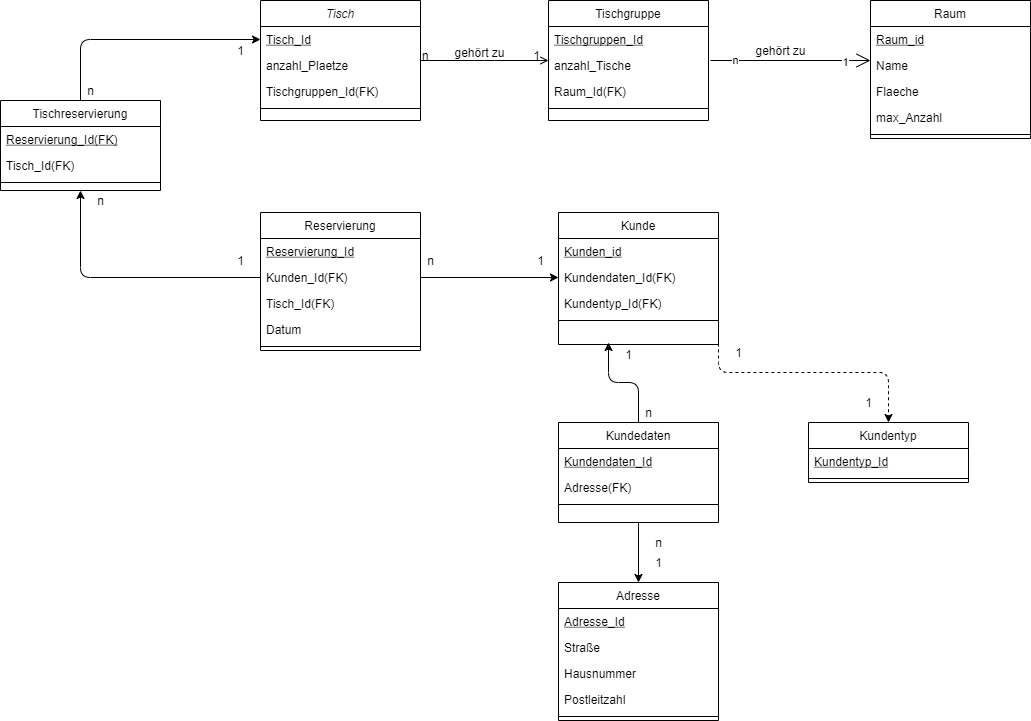
This is docs/ERM-Diagramm.png from marccremer/DB2, a draw.io export, as it was before one commit. Source tidied: cells renumbered, new cells last; positions are measured from the earlier drawing's top-left corner, leaving out a move shared by most shapes.
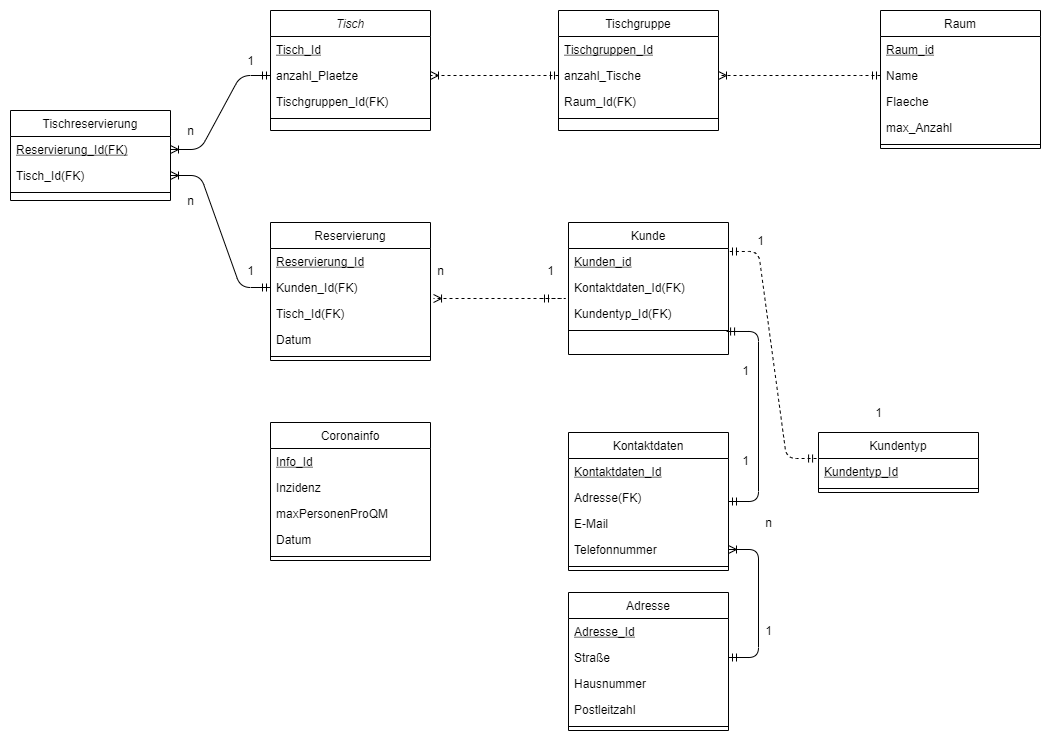
The same diagram one commit later.

Commit message:
new erm diagramm

Change to the diagram source:
```diff
@@ -2,24 +2,6 @@
   <root>
     <mxCell id="0" />
     <mxCell id="1" parent="0" />
-    <mxCell id="2" style="endArrow=open;shadow=0;strokeWidth=1;rounded=1;endFill=1;edgeStyle=elbowEdgeStyle;elbow=vertical;" parent="1" edge="1" source="6" target="16">
-      <mxGeometry relative="1" as="geometry" />
-    </mxCell>
-    <mxCell id="3" value="n" style="align=left;verticalAlign=bottom;labelBackgroundColor=none;fontSize=12;" parent="2" vertex="1">
-      <mxGeometry x="-1" relative="1" as="geometry">
-        <mxPoint y="4" as="offset" />
-      </mxGeometry>
-    </mxCell>
-    <mxCell id="4" value="1" style="align=right;verticalAlign=bottom;labelBackgroundColor=none;fontSize=12;" parent="2" vertex="1">
-      <mxGeometry x="1" relative="1" as="geometry">
-        <mxPoint x="-7" y="4" as="offset" />
-      </mxGeometry>
-    </mxCell>
-    <mxCell id="5" value="gehört zu" style="text;html=1;align=center;verticalAlign=middle;labelBackgroundColor=none;rounded=0;shadow=0;strokeWidth=1;fontSize=12;" parent="2" vertex="1">
-      <mxGeometry x="0.5" y="49" relative="1" as="geometry">
-        <mxPoint x="-38" y="40" as="offset" />
-      </mxGeometry>
-    </mxCell>
     <mxCell id="6" value="Tisch" style="swimlane;fontStyle=2;align=center;verticalAlign=top;horizontal=1;startSize=26;rounded=0;shadow=0;strokeWidth=1;" parent="1" vertex="1">
       <mxGeometry x="260" width="160" height="120" as="geometry" />
     </mxCell>
@@ -41,7 +23,7 @@
     <mxCell id="12" value="Kunden_id" style="text;align=left;verticalAlign=top;spacingLeft=4;spacingRight=4;overflow=hidden;points=[[0,0.5],[1,0.5]];portConstraint=eastwest;fontStyle=4;" parent="11" vertex="1">
       <mxGeometry y="26" width="160" height="26" as="geometry" />
     </mxCell>
-    <mxCell id="13" value="Kundendaten_Id(FK)" style="text;align=left;verticalAlign=top;spacingLeft=4;spacingRight=4;overflow=hidden;points=[[0,0.5],[1,0.5]];portConstraint=eastwest;rounded=0;shadow=0;html=0;" parent="11" vertex="1">
+    <mxCell id="13" value="Kontaktdaten_Id(FK)" style="text;align=left;verticalAlign=top;spacingLeft=4;spacingRight=4;overflow=hidden;points=[[0,0.5],[1,0.5]];portConstraint=eastwest;rounded=0;shadow=0;html=0;" parent="11" vertex="1">
       <mxGeometry y="52" width="160" height="26" as="geometry" />
     </mxCell>
     <mxCell id="14" value="Kundentyp_Id(FK)" style="text;align=left;verticalAlign=top;spacingLeft=4;spacingRight=4;overflow=hidden;points=[[0,0.5],[1,0.5]];portConstraint=eastwest;rounded=0;shadow=0;html=0;" parent="11" vertex="1">
@@ -83,40 +65,23 @@
     <mxCell id="26" style="line;html=1;strokeWidth=1;align=left;verticalAlign=middle;spacingTop=-1;spacingLeft=3;spacingRight=3;labelPosition=right;" parent="21" vertex="1">
       <mxGeometry y="130" width="160" height="8" as="geometry" />
     </mxCell>
-    <mxCell id="27" style="endArrow=open;endFill=1;endSize=12;html=1;" parent="1" edge="1">
-      <mxGeometry relative="1" as="geometry">
-        <mxPoint x="710" y="60" as="sourcePoint" />
-        <mxPoint x="870" y="60" as="targetPoint" />
-      </mxGeometry>
-    </mxCell>
-    <mxCell id="28" value="n" style="edgeLabel;html=1;align=center;verticalAlign=middle;" parent="27" vertex="1">
-      <mxGeometry x="-0.7" y="1" relative="1" as="geometry" />
-    </mxCell>
-    <mxCell id="29" value="1" style="edgeLabel;html=1;align=center;verticalAlign=middle;" parent="27" vertex="1">
-      <mxGeometry x="0.68" y="-1" relative="1" as="geometry" />
-    </mxCell>
-    <mxCell id="30" value="gehört zu" style="text;html=1;align=center;verticalAlign=middle;strokeColor=none;" parent="1" vertex="1">
-      <mxGeometry x="745" y="40" width="70" height="20" as="geometry" />
-    </mxCell>
-    <mxCell id="31" style="edgeStyle=orthogonalEdgeStyle;rounded=1;jettySize=auto;html=1;exitX=0.5;exitY=0;exitDx=0;exitDy=0;" parent="1" edge="1" source="33">
-      <mxGeometry relative="1" as="geometry">
-        <mxPoint x="608" y="342" as="targetPoint" />
-      </mxGeometry>
-    </mxCell>
-    <mxCell id="32" style="edgeStyle=orthogonalEdgeStyle;rounded=1;jettySize=auto;html=1;exitX=0.5;exitY=1;exitDx=0;exitDy=0;entryX=0.5;entryY=0;entryDx=0;entryDy=0;" parent="1" edge="1" source="33" target="37">
-      <mxGeometry relative="1" as="geometry" />
-    </mxCell>
-    <mxCell id="33" value="Kundedaten" style="swimlane;fontStyle=0;align=center;verticalAlign=top;horizontal=1;startSize=26;rounded=0;shadow=0;strokeWidth=1;" parent="1" vertex="1">
-      <mxGeometry x="558" y="422" width="160" height="100" as="geometry" />
+    <mxCell id="33" value="Kontaktdaten" style="swimlane;fontStyle=0;align=center;verticalAlign=top;horizontal=1;startSize=26;rounded=0;shadow=0;strokeWidth=1;" parent="1" vertex="1">
+      <mxGeometry x="558" y="422" width="160" height="138" as="geometry" />
     </mxCell>
-    <mxCell id="34" value="Kundendaten_Id" style="text;align=left;verticalAlign=top;spacingLeft=4;spacingRight=4;overflow=hidden;fontStyle=4;" parent="33" vertex="1">
+    <mxCell id="34" value="Kontaktdaten_Id" style="text;align=left;verticalAlign=top;spacingLeft=4;spacingRight=4;overflow=hidden;fontStyle=4;" parent="33" vertex="1">
       <mxGeometry y="26" width="160" height="26" as="geometry" />
     </mxCell>
+    <mxCell id="72" value="Adresse(FK)" style="text;align=left;verticalAlign=top;spacingLeft=4;spacingRight=4;overflow=hidden;rounded=0;shadow=0;html=0;" parent="33" vertex="1">
+      <mxGeometry y="52" width="160" height="26" as="geometry" />
+    </mxCell>
+    <mxCell id="73" value="E-Mail" style="text;align=left;verticalAlign=top;spacingLeft=4;spacingRight=4;overflow=hidden;rounded=0;shadow=0;html=0;" parent="33" vertex="1">
+      <mxGeometry y="78" width="160" height="26" as="geometry" />
+    </mxCell>
-    <mxCell id="35" value="Adresse(FK)" style="text;align=left;verticalAlign=top;spacingLeft=4;spacingRight=4;overflow=hidden;points=[[0,0.5],[1,0.5]];portConstraint=eastwest;rounded=0;shadow=0;html=0;" parent="33" vertex="1">
-      <mxGeometry y="52" width="160" height="26" as="geometry" />
+    <mxCell id="35" value="Telefonnummer" style="text;align=left;verticalAlign=top;spacingLeft=4;spacingRight=4;overflow=hidden;points=[[0,0.5],[1,0.5]];portConstraint=eastwest;rounded=0;shadow=0;html=0;" parent="33" vertex="1">
+      <mxGeometry y="104" width="160" height="26" as="geometry" />
     </mxCell>
     <mxCell id="36" style="line;html=1;strokeWidth=1;align=left;verticalAlign=middle;spacingTop=-1;spacingLeft=3;spacingRight=3;labelPosition=right;" parent="33" vertex="1">
-      <mxGeometry y="78" width="160" height="8" as="geometry" />
+      <mxGeometry y="130" width="160" height="8" as="geometry" />
     </mxCell>
     <mxCell id="37" value="Adresse" style="swimlane;fontStyle=0;align=center;verticalAlign=top;horizontal=1;startSize=26;rounded=0;shadow=0;strokeWidth=1;" parent="1" vertex="1">
       <mxGeometry x="558" y="582" width="160" height="138" as="geometry" />
@@ -136,17 +101,17 @@
     <mxCell id="42" style="line;html=1;strokeWidth=1;align=left;verticalAlign=middle;spacingTop=-1;spacingLeft=3;spacingRight=3;labelPosition=right;" parent="37" vertex="1">
       <mxGeometry y="130" width="160" height="8" as="geometry" />
     </mxCell>
-    <mxCell id="43" value="n" style="text;html=1;align=center;verticalAlign=middle;strokeColor=none;" parent="1" vertex="1">
-      <mxGeometry x="638" y="402" width="20" height="20" as="geometry" />
+    <mxCell id="43" value="1" style="text;html=1;align=center;verticalAlign=middle;strokeColor=none;" parent="1" vertex="1">
+      <mxGeometry x="725" y="440" width="20" height="20" as="geometry" />
     </mxCell>
     <mxCell id="44" value="1" style="text;html=1;align=center;verticalAlign=middle;strokeColor=none;" parent="1" vertex="1">
-      <mxGeometry x="548" y="344" width="160" height="20" as="geometry" />
+      <mxGeometry x="655" y="350" width="160" height="20" as="geometry" />
     </mxCell>
     <mxCell id="45" value="n" style="text;html=1;align=center;verticalAlign=middle;strokeColor=none;" parent="1" vertex="1">
-      <mxGeometry x="648" y="532" width="20" height="20" as="geometry" />
+      <mxGeometry x="748" y="502" width="20" height="20" as="geometry" />
     </mxCell>
     <mxCell id="46" value="1" style="text;html=1;align=center;verticalAlign=middle;strokeColor=none;" parent="1" vertex="1">
-      <mxGeometry x="648" y="552" width="20" height="20" as="geometry" />
+      <mxGeometry x="748" y="610" width="20" height="20" as="geometry" />
     </mxCell>
     <mxCell id="47" value="Kundentyp" style="swimlane;fontStyle=0;align=center;verticalAlign=top;horizontal=1;startSize=26;rounded=0;shadow=0;strokeWidth=1;" parent="1" vertex="1">
       <mxGeometry x="808" y="422" width="160" height="60" as="geometry" />
@@ -157,16 +122,8 @@
     <mxCell id="49" style="line;html=1;strokeWidth=1;align=left;verticalAlign=middle;spacingTop=-1;spacingLeft=3;spacingRight=3;labelPosition=right;" parent="47" vertex="1">
       <mxGeometry y="52" width="160" height="8" as="geometry" />
     </mxCell>
-    <mxCell id="50" style="edgeStyle=orthogonalEdgeStyle;rounded=1;jettySize=auto;html=1;exitX=1;exitY=0.5;exitDx=0;exitDy=0;entryX=0.5;entryY=0;entryDx=0;entryDy=0;dashed=1;" parent="1" edge="1" source="13" target="47">
-      <mxGeometry relative="1" as="geometry">
-        <Array as="points">
-          <mxPoint x="718" y="372" />
-          <mxPoint x="888" y="372" />
-        </Array>
-      </mxGeometry>
-    </mxCell>
     <mxCell id="51" value="1" style="text;html=1;align=center;verticalAlign=middle;strokeColor=none;" parent="1" vertex="1">
-      <mxGeometry x="728" y="342" width="20" height="20" as="geometry" />
+      <mxGeometry x="740" y="220" width="20" height="20" as="geometry" />
     </mxCell>
     <mxCell id="52" value="1" style="text;html=1;align=center;verticalAlign=middle;strokeColor=none;" parent="1" vertex="1">
       <mxGeometry x="858" y="392" width="20" height="20" as="geometry" />
@@ -189,18 +146,12 @@
     <mxCell id="58" style="line;html=1;strokeWidth=1;align=left;verticalAlign=middle;spacingTop=-1;spacingLeft=3;spacingRight=3;labelPosition=right;" parent="53" vertex="1">
       <mxGeometry y="130" width="160" height="8" as="geometry" />
     </mxCell>
-    <mxCell id="59" style="edgeStyle=orthogonalEdgeStyle;rounded=1;jettySize=auto;html=1;exitX=1;exitY=0.5;exitDx=0;exitDy=0;entryX=0;entryY=0.5;entryDx=0;entryDy=0;" parent="1" edge="1" source="55" target="13">
-      <mxGeometry relative="1" as="geometry" />
-    </mxCell>
     <mxCell id="60" value="n" style="text;html=1;align=center;verticalAlign=middle;strokeColor=none;" parent="1" vertex="1">
       <mxGeometry x="420" y="250" width="20" height="20" as="geometry" />
     </mxCell>
     <mxCell id="61" value="1" style="text;html=1;align=center;verticalAlign=middle;strokeColor=none;" parent="1" vertex="1">
       <mxGeometry x="530" y="250" width="20" height="20" as="geometry" />
     </mxCell>
-    <mxCell id="62" style="edgeStyle=orthogonalEdgeStyle;rounded=1;jettySize=auto;html=1;exitX=0.5;exitY=0;exitDx=0;exitDy=0;entryX=0;entryY=0.5;entryDx=0;entryDy=0;" parent="1" edge="1" source="63" target="7">
-      <mxGeometry relative="1" as="geometry" />
-    </mxCell>
     <mxCell id="63" value="Tischreservierung" style="swimlane;fontStyle=0;align=center;verticalAlign=top;horizontal=1;startSize=26;rounded=0;shadow=0;strokeWidth=1;" parent="1" vertex="1">
       <mxGeometry y="100" width="160" height="90" as="geometry" />
     </mxCell>
@@ -213,20 +164,61 @@
     <mxCell id="66" style="line;html=1;strokeWidth=1;align=left;verticalAlign=middle;spacingTop=-1;spacingLeft=3;spacingRight=3;labelPosition=right;" parent="63" vertex="1">
       <mxGeometry y="78" width="160" height="8" as="geometry" />
     </mxCell>
-    <mxCell id="67" style="edgeStyle=orthogonalEdgeStyle;rounded=1;jettySize=auto;html=1;exitX=0;exitY=0.5;exitDx=0;exitDy=0;entryX=0.5;entryY=1;entryDx=0;entryDy=0;" parent="1" edge="1" source="55" target="63">
-      <mxGeometry relative="1" as="geometry" />
-    </mxCell>
     <mxCell id="68" value="n" style="text;html=1;align=center;verticalAlign=middle;strokeColor=none;" parent="1" vertex="1">
-      <mxGeometry x="90" y="190" width="20" height="20" as="geometry" />
+      <mxGeometry x="170" y="180" width="20" height="20" as="geometry" />
     </mxCell>
     <mxCell id="69" value="1" style="text;html=1;align=center;verticalAlign=middle;strokeColor=none;" parent="1" vertex="1">
       <mxGeometry x="230" y="250" width="20" height="20" as="geometry" />
     </mxCell>
     <mxCell id="70" value="n" style="text;html=1;align=center;verticalAlign=middle;strokeColor=none;" parent="1" vertex="1">
-      <mxGeometry x="80" y="80" width="20" height="20" as="geometry" />
+      <mxGeometry x="170" y="110" width="20" height="20" as="geometry" />
     </mxCell>
     <mxCell id="71" value="1" style="text;html=1;align=center;verticalAlign=middle;strokeColor=none;" parent="1" vertex="1">
       <mxGeometry x="230" y="40" width="20" height="20" as="geometry" />
     </mxCell>
+    <mxCell id="74" style="edgeStyle=entityRelationEdgeStyle;fontSize=12;html=1;endArrow=ERoneToMany;startArrow=ERmandOne;entryX=1;entryY=0.5;entryDx=0;entryDy=0;exitX=1;exitY=0.5;exitDx=0;exitDy=0;" parent="1" edge="1" source="39" target="35">
+      <mxGeometry relative="1" as="geometry" />
+    </mxCell>
+    <mxCell id="75" style="edgeStyle=entityRelationEdgeStyle;fontSize=12;html=1;endArrow=ERmandOne;startArrow=ERmandOne;entryX=1;entryY=0.115;entryDx=0;entryDy=0;entryPerimeter=0;exitX=-0.012;exitY=0;exitDx=0;exitDy=0;exitPerimeter=0;dashed=1;" parent="1" edge="1" source="48" target="12">
+      <mxGeometry relative="1" as="geometry" />
+    </mxCell>
+    <mxCell id="76" style="edgeStyle=entityRelationEdgeStyle;fontSize=12;html=1;endArrow=ERmandOne;startArrow=ERmandOne;entryX=0.988;entryY=1.192;entryDx=0;entryDy=0;entryPerimeter=0;" parent="1" edge="1" source="33" target="14">
+      <mxGeometry relative="1" as="geometry" />
+    </mxCell>
+    <mxCell id="77" style="edgeStyle=entityRelationEdgeStyle;fontSize=12;html=1;endArrow=ERoneToMany;startArrow=ERmandOne;entryX=1.019;entryY=0.923;entryDx=0;entryDy=0;entryPerimeter=0;dashed=1;" parent="1" edge="1" target="55">
+      <mxGeometry relative="1" as="geometry">
+        <mxPoint x="530" y="288" as="sourcePoint" />
+      </mxGeometry>
+    </mxCell>
+    <mxCell id="78" style="edgeStyle=entityRelationEdgeStyle;fontSize=12;html=1;endArrow=ERoneToMany;startArrow=ERmandOne;exitX=0;exitY=0.5;exitDx=0;exitDy=0;" parent="1" edge="1" source="55" target="65">
+      <mxGeometry relative="1" as="geometry" />
+    </mxCell>
+    <mxCell id="79" style="edgeStyle=entityRelationEdgeStyle;fontSize=12;html=1;endArrow=ERoneToMany;startArrow=ERmandOne;exitX=0;exitY=0.5;exitDx=0;exitDy=0;" parent="1" edge="1" source="8" target="64">
+      <mxGeometry relative="1" as="geometry" />
+    </mxCell>
+    <mxCell id="80" style="edgeStyle=entityRelationEdgeStyle;fontSize=12;html=1;endArrow=ERoneToMany;startArrow=ERmandOne;exitX=0;exitY=0.5;exitDx=0;exitDy=0;entryX=1;entryY=0.5;entryDx=0;entryDy=0;dashed=1;" parent="1" edge="1" source="18" target="8">
+      <mxGeometry relative="1" as="geometry" />
+    </mxCell>
+    <mxCell id="81" style="edgeStyle=entityRelationEdgeStyle;fontSize=12;html=1;endArrow=ERoneToMany;startArrow=ERmandOne;entryX=1;entryY=0.5;entryDx=0;entryDy=0;exitX=0;exitY=0.5;exitDx=0;exitDy=0;dashed=1;" parent="1" edge="1" source="23" target="18">
+      <mxGeometry relative="1" as="geometry" />
+    </mxCell>
+    <mxCell id="82" value="Coronainfo" style="swimlane;fontStyle=0;align=center;verticalAlign=top;horizontal=1;startSize=26;rounded=0;shadow=0;strokeWidth=1;" parent="1" vertex="1">
+      <mxGeometry x="260" y="412" width="160" height="138" as="geometry" />
+    </mxCell>
+    <mxCell id="83" value="Info_Id" style="text;align=left;verticalAlign=top;spacingLeft=4;spacingRight=4;overflow=hidden;fontStyle=4;" parent="82" vertex="1">
+      <mxGeometry y="26" width="160" height="26" as="geometry" />
+    </mxCell>
+    <mxCell id="84" value="Inzidenz" style="text;align=left;verticalAlign=top;spacingLeft=4;spacingRight=4;overflow=hidden;fontStyle=0;" parent="82" vertex="1">
+      <mxGeometry y="52" width="160" height="26" as="geometry" />
+    </mxCell>
+    <mxCell id="85" value="maxPersonenProQM" style="text;align=left;verticalAlign=top;spacingLeft=4;spacingRight=4;overflow=hidden;rounded=0;shadow=0;html=0;" parent="82" vertex="1">
+      <mxGeometry y="78" width="160" height="26" as="geometry" />
+    </mxCell>
+    <mxCell id="86" value="Datum" style="text;align=left;verticalAlign=top;spacingLeft=4;spacingRight=4;overflow=hidden;rounded=0;shadow=0;html=0;" parent="82" vertex="1">
+      <mxGeometry y="104" width="160" height="26" as="geometry" />
+    </mxCell>
+    <mxCell id="87" style="line;html=1;strokeWidth=1;align=left;verticalAlign=middle;spacingTop=-1;spacingLeft=3;spacingRight=3;labelPosition=right;" parent="82" vertex="1">
+      <mxGeometry y="130" width="160" height="8" as="geometry" />
+    </mxCell>
   </root>
 </mxGraphModel>
```
